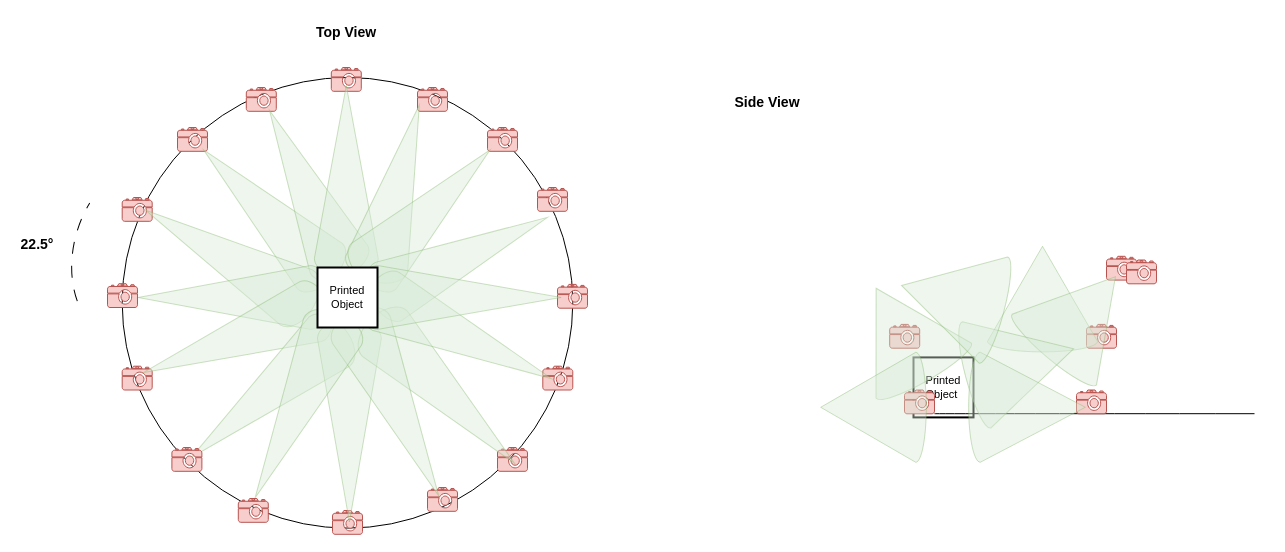
This is CAMERA POSES.drawio from jameswalter12/MEng-Project-, a draw.io file, before an edit. Source tidied: cells renumbered, new cells numbered last; positions are measured from the earlier drawing's top-left corner, leaving out a move shared by most shapes. Both pictures are drawn from the tidied source at 100%, with x=0, y=0 at pixel (17, 17).
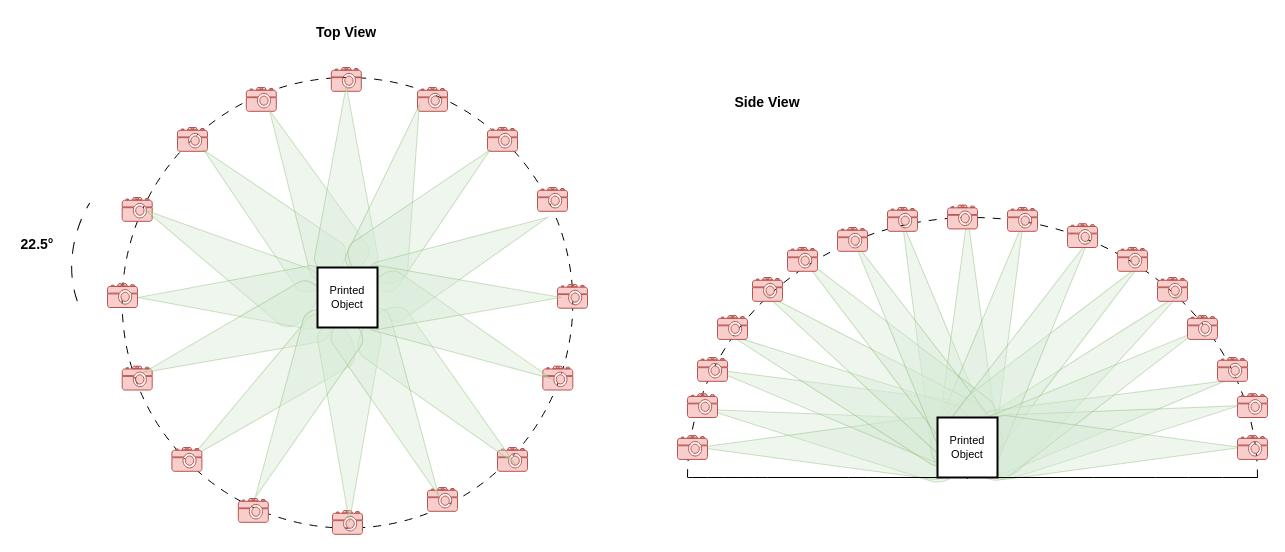
After the change.

Change to the diagram source:
```diff
@@
-    <mxCell id="2" value="Printed Object&amp;nbsp;" style="rounded=0;whiteSpace=wrap;html=1;fillColor=#ffffff;strokeColor=#000000;strokeWidth=2;fontSize=11;" parent="1" vertex="1">
-      <mxGeometry x="896" y="339.9" width="60" height="60" as="geometry" />
-    </mxCell>
-    <mxCell id="3" style="endArrow=none;html=1;rounded=0;fontSize=12;startSize=8;endSize=8;curved=1;" parent="1" edge="1">
-      <mxGeometry relative="1" as="geometry">
-        <mxPoint x="917" y="396.2" as="sourcePoint" />
-        <mxPoint x="1237" y="396.2" as="targetPoint" />
-      </mxGeometry>
-    </mxCell>
+    <mxCell id="58" style="verticalLabelPosition=bottom;verticalAlign=top;html=1;shape=mxgraph.basic.cone2;dx=0.5;dy=0.9;rotation=-80;fillColor=#d5e8d4;strokeColor=#82b366;opacity=40;" parent="1" vertex="1">
+      <mxGeometry x="786.2" y="283.8" width="63.8" height="261.7" as="geometry" />
+    </mxCell>
+    <mxCell id="59" style="verticalLabelPosition=bottom;verticalAlign=top;html=1;shape=mxgraph.basic.cone2;dx=0.5;dy=0.9;rotation=50;fillColor=#d5e8d4;strokeColor=#82b366;opacity=40;" parent="1" vertex="1">
+      <mxGeometry x="1030" y="230" width="63.8" height="261.7" as="geometry" />
+    </mxCell>
+    <mxCell id="60" style="verticalLabelPosition=bottom;verticalAlign=top;html=1;shape=mxgraph.basic.cone2;dx=0.5;dy=0.9;rotation=-15;fillColor=#d5e8d4;strokeColor=#82b366;opacity=40;" parent="1" vertex="1">
+      <mxGeometry x="886.8" y="200" width="63.8" height="261.7" as="geometry" />
+    </mxCell>
+    <mxCell id="61" style="verticalLabelPosition=bottom;verticalAlign=top;html=1;shape=mxgraph.basic.cone2;dx=0.5;dy=0.9;rotation=0;fillColor=#d5e8d4;strokeColor=#82b366;opacity=40;" parent="1" vertex="1">
+      <mxGeometry x="918.1" y="198.3" width="63.8" height="261.7" as="geometry" />
+    </mxCell>
+    <mxCell id="62" style="verticalLabelPosition=bottom;verticalAlign=top;html=1;shape=mxgraph.basic.cone2;dx=0.5;dy=0.9;rotation=-90;fillColor=#d5e8d4;strokeColor=#82b366;opacity=40;" parent="1" vertex="1">
+      <mxGeometry x="780" y="299.1" width="63.8" height="261.7" as="geometry" />
+    </mxCell>
+    <mxCell id="63" style="verticalLabelPosition=bottom;verticalAlign=top;html=1;shape=mxgraph.basic.cone2;dx=0.5;dy=0.9;rotation=-75;fillColor=#d5e8d4;strokeColor=#82b366;opacity=40;" parent="1" vertex="1">
+      <mxGeometry x="790" y="255" width="63.8" height="261.7" as="geometry" />
+    </mxCell>
+    <mxCell id="64" style="verticalLabelPosition=bottom;verticalAlign=top;html=1;shape=mxgraph.basic.cone2;dx=0.5;dy=0.9;rotation=15;fillColor=#d5e8d4;strokeColor=#82b366;opacity=40;" parent="1" vertex="1">
+      <mxGeometry x="940" y="200" width="63.8" height="261.7" as="geometry" />
+    </mxCell>
+    <mxCell id="65" style="verticalLabelPosition=bottom;verticalAlign=top;html=1;shape=mxgraph.basic.cone2;dx=0.5;dy=0.9;rotation=45;fillColor=#d5e8d4;strokeColor=#82b366;opacity=40;" parent="1" vertex="1">
+      <mxGeometry x="997.1" y="210" width="63.8" height="261.7" as="geometry" />
+    </mxCell>
+    <mxCell id="66" style="verticalLabelPosition=bottom;verticalAlign=top;html=1;shape=mxgraph.basic.cone2;dx=0.5;dy=0.9;rotation=75;fillColor=#d5e8d4;strokeColor=#82b366;opacity=40;" parent="1" vertex="1">
+      <mxGeometry x="1050" y="266.3" width="63.8" height="261.7" as="geometry" />
+    </mxCell>
+    <mxCell id="67" style="verticalLabelPosition=bottom;verticalAlign=top;html=1;shape=mxgraph.basic.cone2;dx=0.5;dy=0.9;rotation=80;fillColor=#d5e8d4;strokeColor=#82b366;opacity=40;" parent="1" vertex="1">
+      <mxGeometry x="1060.9" y="280" width="63.8" height="261.7" as="geometry" />
+    </mxCell>
+    <mxCell id="68" style="verticalLabelPosition=bottom;verticalAlign=top;html=1;shape=mxgraph.basic.cone2;dx=0.5;dy=0.9;rotation=-65;fillColor=#d5e8d4;strokeColor=#82b366;opacity=40;" parent="1" vertex="1">
+      <mxGeometry x="800" y="242.5" width="63.8" height="261.7" as="geometry" />
+    </mxCell>
+    <mxCell id="69" style="verticalLabelPosition=bottom;verticalAlign=top;html=1;shape=mxgraph.basic.cone2;dx=0.5;dy=0.9;rotation=-55;fillColor=#d5e8d4;strokeColor=#82b366;opacity=40;" parent="1" vertex="1">
+      <mxGeometry x="823" y="221" width="63.8" height="261.7" as="geometry" />
+    </mxCell>
+    <mxCell id="70" style="verticalLabelPosition=bottom;verticalAlign=top;html=1;shape=mxgraph.basic.cone2;dx=0.5;dy=0.9;rotation=-45;fillColor=#d5e8d4;strokeColor=#82b366;opacity=40;" parent="1" vertex="1">
+      <mxGeometry x="843.7" y="200" width="63.8" height="261.7" as="geometry" />
+    </mxCell>
+    <mxCell id="71" style="verticalLabelPosition=bottom;verticalAlign=top;html=1;shape=mxgraph.basic.cone2;dx=0.5;dy=0.9;rotation=-30;fillColor=#d5e8d4;strokeColor=#82b366;opacity=40;" parent="1" vertex="1">
+      <mxGeometry x="870" y="206.2" width="63.8" height="261.7" as="geometry" />
+    </mxCell>
+    <mxCell id="72" style="verticalLabelPosition=bottom;verticalAlign=top;html=1;shape=mxgraph.basic.cone2;dx=0.5;dy=0.9;rotation=30;fillColor=#d5e8d4;strokeColor=#82b366;opacity=40;" parent="1" vertex="1">
+      <mxGeometry x="973.1" y="206.3" width="63.8" height="261.7" as="geometry" />
+    </mxCell>
+    <mxCell id="73" style="verticalLabelPosition=bottom;verticalAlign=top;html=1;shape=mxgraph.basic.cone2;dx=0.5;dy=0.9;rotation=60;fillColor=#d5e8d4;strokeColor=#82b366;opacity=40;" parent="1" vertex="1">
+      <mxGeometry x="1033.1" y="248.9" width="63.8" height="261.7" as="geometry" />
+    </mxCell>
+    <mxCell id="74" style="verticalLabelPosition=bottom;verticalAlign=top;html=1;shape=mxgraph.basic.half_circle;rotation=-180;fillColor=none;dashed=1;dashPattern=8 8;" parent="1" vertex="1">
+      <mxGeometry x="670" y="200" width="570" height="260" as="geometry" />
+    </mxCell>
+    <mxCell id="75" style="verticalLabelPosition=bottom;verticalAlign=top;html=1;shape=mxgraph.basic.cone2;dx=0.5;dy=0.9;rotation=90;fillColor=#d5e8d4;strokeColor=#82b366;opacity=40;" parent="1" vertex="1">
+      <mxGeometry x="1060.9" y="299.1" width="63.8" height="261.7" as="geometry" />
+    </mxCell>
@@
-    <mxCell id="5" style="shape=mxgraph.signs.tech.camera_2;html=1;fillColor=#f8cecc;strokeColor=#b85450;verticalLabelPosition=bottom;verticalAlign=top;align=center;" parent="1" vertex="1">
-      <mxGeometry x="887" y="372.5" width="30" height="23.8" as="geometry" />
-    </mxCell>
-    <mxCell id="6" style="shape=mxgraph.signs.tech.camera_2;html=1;fillColor=#f8cecc;strokeColor=#b85450;verticalLabelPosition=bottom;verticalAlign=top;align=center;" parent="1" vertex="1">
-      <mxGeometry x="872.2" y="306.9" width="30" height="23.8" as="geometry" />
-    </mxCell>
-    <mxCell id="7" style="shape=mxgraph.signs.tech.camera_2;html=1;fillColor=#f8cecc;strokeColor=#b85450;verticalLabelPosition=bottom;verticalAlign=top;align=center;" parent="1" vertex="1">
-      <mxGeometry x="1089" y="238.8" width="30" height="23.8" as="geometry" />
-    </mxCell>
-    <mxCell id="8" style="shape=mxgraph.signs.tech.camera_2;html=1;fillColor=#f8cecc;strokeColor=#b85450;verticalLabelPosition=bottom;verticalAlign=top;align=center;" parent="1" vertex="1">
-      <mxGeometry x="1109" y="242.5" width="30" height="23.8" as="geometry" />
-    </mxCell>
-    <mxCell id="9" style="shape=mxgraph.signs.tech.camera_2;html=1;fillColor=#f8cecc;strokeColor=#b85450;verticalLabelPosition=bottom;verticalAlign=top;align=center;" parent="1" vertex="1">
-      <mxGeometry x="1069" y="306.9" width="30" height="23.8" as="geometry" />
-    </mxCell>
-    <mxCell id="10" style="shape=mxgraph.signs.tech.camera_2;html=1;fillColor=#f8cecc;strokeColor=#b85450;verticalLabelPosition=bottom;verticalAlign=top;align=center;" parent="1" vertex="1">
-      <mxGeometry x="1059" y="372.5" width="30" height="23.8" as="geometry" />
-    </mxCell>
-    <mxCell id="11" style="verticalLabelPosition=bottom;verticalAlign=top;html=1;shape=mxgraph.basic.cone2;dx=0.5;dy=0.9;rotation=0;fillColor=#d5e8d4;strokeColor=#82b366;opacity=40;" parent="1" vertex="1">
-      <mxGeometry x="970" y="228.8" width="110" height="105.6" as="geometry" />
-    </mxCell>
-    <mxCell id="12" style="verticalLabelPosition=bottom;verticalAlign=top;html=1;shape=mxgraph.basic.cone2;dx=0.5;dy=0.9;rotation=40;fillColor=#d5e8d4;strokeColor=#82b366;opacity=40;" parent="1" vertex="1">
-      <mxGeometry x="1009" y="246.9" width="110" height="105.6" as="geometry" />
-    </mxCell>
-    <mxCell id="13" style="verticalLabelPosition=bottom;verticalAlign=top;html=1;shape=mxgraph.basic.cone2;dx=0.5;dy=0.9;rotation=75;fillColor=#d5e8d4;strokeColor=#82b366;opacity=40;" parent="1" vertex="1">
-      <mxGeometry x="947.2" y="290.1" width="110" height="111.4" as="geometry" />
-    </mxCell>
-    <mxCell id="14" style="verticalLabelPosition=bottom;verticalAlign=top;html=1;shape=mxgraph.basic.cone2;dx=0.5;dy=0.9;rotation=90;fillColor=#d5e8d4;strokeColor=#82b366;opacity=40;" parent="1" vertex="1">
-      <mxGeometry x="954.5" y="331.4" width="110" height="116.7" as="geometry" />
-    </mxCell>
-    <mxCell id="15" style="verticalLabelPosition=bottom;verticalAlign=top;html=1;shape=mxgraph.basic.cone2;dx=0.5;dy=0.9;rotation=-30;fillColor=#d5e8d4;strokeColor=#82b366;opacity=40;" parent="1" vertex="1">
-      <mxGeometry x="830" y="263.7" width="110" height="105.6" as="geometry" />
-    </mxCell>
-    <mxCell id="16" style="verticalLabelPosition=bottom;verticalAlign=top;html=1;shape=mxgraph.basic.cone2;dx=0.5;dy=0.9;rotation=-90;fillColor=#d5e8d4;strokeColor=#82b366;opacity=40;" parent="1" vertex="1">
-      <mxGeometry x="801" y="337" width="110" height="105.6" as="geometry" />
-    </mxCell>
-    <mxCell id="17" style="verticalLabelPosition=bottom;verticalAlign=top;html=1;shape=mxgraph.basic.cone2;dx=0.5;dy=0.9;rotation=-75;fillColor=#d5e8d4;strokeColor=#82b366;opacity=40;" parent="1" vertex="1">
-      <mxGeometry x="880" y="228.8" width="110" height="105.6" as="geometry" />
-    </mxCell>
@@
-    <mxCell id="19" style="ellipse;whiteSpace=wrap;html=1;fillColor=none;" parent="1" vertex="1">
+    <mxCell id="19" style="ellipse;whiteSpace=wrap;html=1;fillColor=none;dashed=1;dashPattern=8 8;" parent="1" vertex="1">
       <mxGeometry x="104.7" y="60" width="450.6" height="450.6" as="geometry" />
     </mxCell>
@@
+    <mxCell id="2" value="Printed Object" style="rounded=0;whiteSpace=wrap;html=1;fillColor=#ffffff;strokeColor=#000000;strokeWidth=2;fontSize=11;" parent="1" vertex="1">
+      <mxGeometry x="920" y="400" width="60" height="60" as="geometry" />
+    </mxCell>
+    <mxCell id="76" style="endArrow=none;html=1;rounded=0;curved=1;" parent="1" edge="1">
+      <mxGeometry relative="1" as="geometry">
+        <mxPoint x="950" y="460" as="sourcePoint" />
+        <mxPoint x="949.8" y="461.3" as="targetPoint" />
+      </mxGeometry>
+    </mxCell>
+    <mxCell id="77" style="endArrow=none;html=1;rounded=0;curved=1;" parent="1" edge="1">
+      <mxGeometry relative="1" as="geometry">
+        <mxPoint x="670" y="460" as="sourcePoint" />
+        <mxPoint x="1240" y="460" as="targetPoint" />
+      </mxGeometry>
+    </mxCell>
+    <mxCell id="78" style="shape=mxgraph.signs.tech.camera_2;html=1;fillColor=#f8cecc;strokeColor=#b85450;verticalLabelPosition=bottom;verticalAlign=top;align=center;" parent="1" vertex="1">
+      <mxGeometry x="680" y="340" width="30" height="23.8" as="geometry" />
+    </mxCell>
+    <mxCell id="79" style="shape=mxgraph.signs.tech.camera_2;html=1;fillColor=#f8cecc;strokeColor=#b85450;verticalLabelPosition=bottom;verticalAlign=top;align=center;" parent="1" vertex="1">
+      <mxGeometry x="735" y="260" width="30" height="23.8" as="geometry" />
+    </mxCell>
+    <mxCell id="80" style="shape=mxgraph.signs.tech.camera_2;html=1;fillColor=#f8cecc;strokeColor=#b85450;verticalLabelPosition=bottom;verticalAlign=top;align=center;" parent="1" vertex="1">
+      <mxGeometry x="820" y="210" width="30" height="23.8" as="geometry" />
+    </mxCell>
+    <mxCell id="81" style="shape=mxgraph.signs.tech.camera_2;html=1;fillColor=#f8cecc;strokeColor=#b85450;verticalLabelPosition=bottom;verticalAlign=top;align=center;" parent="1" vertex="1">
+      <mxGeometry x="930" y="187.6" width="30" height="23.8" as="geometry" />
+    </mxCell>
+    <mxCell id="82" style="shape=mxgraph.signs.tech.camera_2;html=1;fillColor=#f8cecc;strokeColor=#b85450;verticalLabelPosition=bottom;verticalAlign=top;align=center;" parent="1" vertex="1">
+      <mxGeometry x="1050" y="206.2" width="30" height="23.8" as="geometry" />
+    </mxCell>
+    <mxCell id="83" style="shape=mxgraph.signs.tech.camera_2;html=1;fillColor=#f8cecc;strokeColor=#b85450;verticalLabelPosition=bottom;verticalAlign=top;align=center;" parent="1" vertex="1">
+      <mxGeometry x="1140" y="260" width="30" height="23.8" as="geometry" />
+    </mxCell>
+    <mxCell id="84" style="shape=mxgraph.signs.tech.camera_2;html=1;fillColor=#f8cecc;strokeColor=#b85450;verticalLabelPosition=bottom;verticalAlign=top;align=center;" parent="1" vertex="1">
+      <mxGeometry x="1200" y="340" width="30" height="23.8" as="geometry" />
+    </mxCell>
+    <mxCell id="85" style="shape=mxgraph.signs.tech.camera_2;html=1;fillColor=#f8cecc;strokeColor=#b85450;verticalLabelPosition=bottom;verticalAlign=top;align=center;" parent="1" vertex="1">
+      <mxGeometry x="660" y="418.1" width="30" height="23.8" as="geometry" />
+    </mxCell>
+    <mxCell id="86" style="shape=mxgraph.signs.tech.camera_2;html=1;fillColor=#f8cecc;strokeColor=#b85450;verticalLabelPosition=bottom;verticalAlign=top;align=center;" parent="1" vertex="1">
+      <mxGeometry x="1220" y="418.1" width="30" height="23.8" as="geometry" />
+    </mxCell>
+    <mxCell id="87" style="shape=mxgraph.signs.tech.camera_2;html=1;fillColor=#f8cecc;strokeColor=#b85450;verticalLabelPosition=bottom;verticalAlign=top;align=center;" parent="1" vertex="1">
+      <mxGeometry x="670" y="376.2" width="30" height="23.8" as="geometry" />
+    </mxCell>
+    <mxCell id="88" style="shape=mxgraph.signs.tech.camera_2;html=1;fillColor=#f8cecc;strokeColor=#b85450;verticalLabelPosition=bottom;verticalAlign=top;align=center;" parent="1" vertex="1">
+      <mxGeometry x="700" y="298.1" width="30" height="23.8" as="geometry" />
+    </mxCell>
+    <mxCell id="89" style="shape=mxgraph.signs.tech.camera_2;html=1;fillColor=#f8cecc;strokeColor=#b85450;verticalLabelPosition=bottom;verticalAlign=top;align=center;" parent="1" vertex="1">
+      <mxGeometry x="770" y="230" width="30" height="23.8" as="geometry" />
+    </mxCell>
+    <mxCell id="90" style="shape=mxgraph.signs.tech.camera_2;html=1;fillColor=#f8cecc;strokeColor=#b85450;verticalLabelPosition=bottom;verticalAlign=top;align=center;" parent="1" vertex="1">
+      <mxGeometry x="870" y="190" width="30" height="23.8" as="geometry" />
+    </mxCell>
+    <mxCell id="91" style="shape=mxgraph.signs.tech.camera_2;html=1;fillColor=#f8cecc;strokeColor=#b85450;verticalLabelPosition=bottom;verticalAlign=top;align=center;" parent="1" vertex="1">
+      <mxGeometry x="990" y="190" width="30" height="23.8" as="geometry" />
+    </mxCell>
+    <mxCell id="92" style="shape=mxgraph.signs.tech.camera_2;html=1;fillColor=#f8cecc;strokeColor=#b85450;verticalLabelPosition=bottom;verticalAlign=top;align=center;" parent="1" vertex="1">
+      <mxGeometry x="1100" y="230" width="30" height="23.8" as="geometry" />
+    </mxCell>
+    <mxCell id="93" style="shape=mxgraph.signs.tech.camera_2;html=1;fillColor=#f8cecc;strokeColor=#b85450;verticalLabelPosition=bottom;verticalAlign=top;align=center;" parent="1" vertex="1">
+      <mxGeometry x="1170" y="298.1" width="30" height="23.8" as="geometry" />
+    </mxCell>
+    <mxCell id="94" style="shape=mxgraph.signs.tech.camera_2;html=1;fillColor=#f8cecc;strokeColor=#b85450;verticalLabelPosition=bottom;verticalAlign=top;align=center;" parent="1" vertex="1">
+      <mxGeometry x="1220" y="376.2" width="30" height="23.8" as="geometry" />
+    </mxCell>
```
